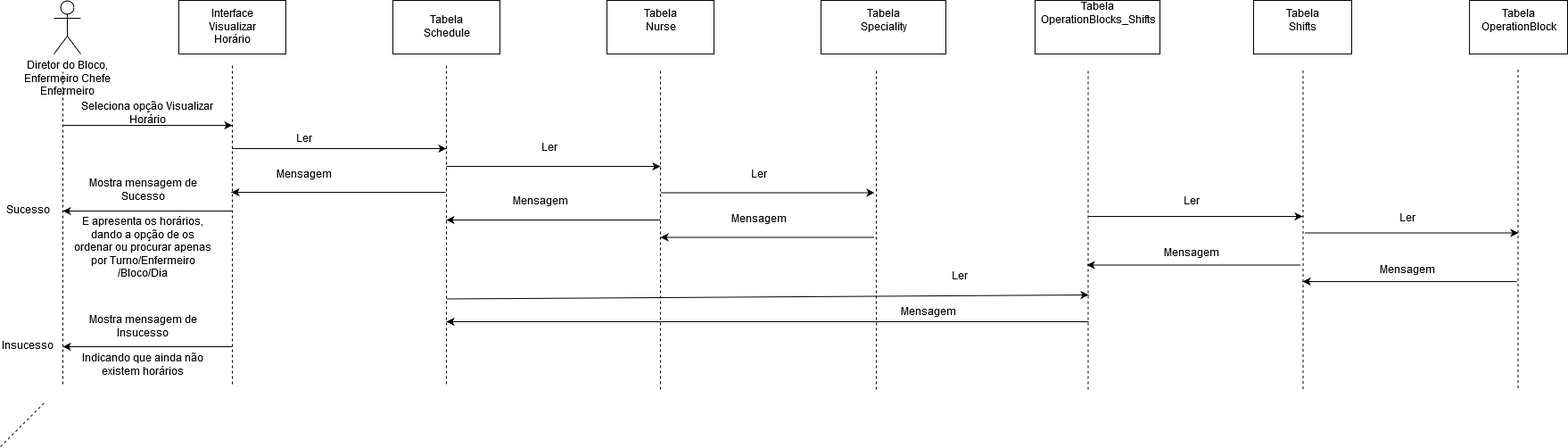
Before: Doc/Diagram de SequenciaVisualizarHorarioV2.png, a diagram exported from draw.io (LeonardoLourenco/Hospital-Schedule-App). Source tidied: cells renumbered, new cells last; positions are measured from the earlier drawing's top-left corner, leaving out a move shared by most shapes.
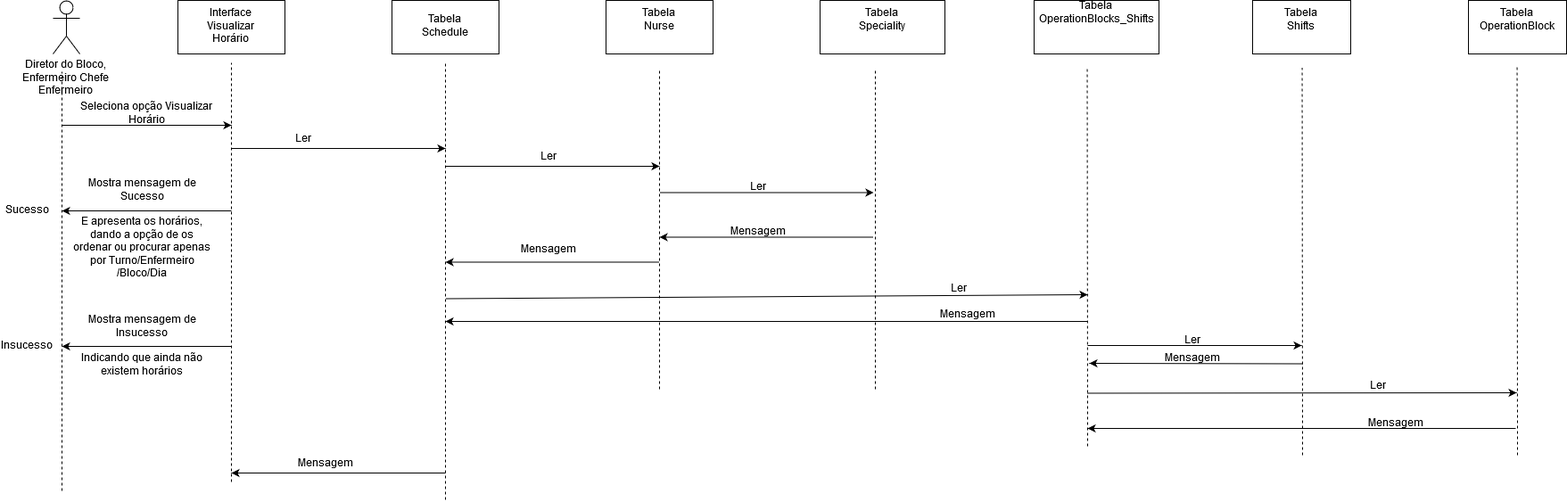
After the change.

Change to the diagram source:
```diff
@@ -13,19 +13,19 @@
     </mxCell>
     <mxCell id="5" style="endArrow=none;dashed=1;html=1;" parent="1" edge="1">
       <mxGeometry relative="1" as="geometry">
-        <mxPoint x="70" y="430" as="sourcePoint" />
+        <mxPoint x="70" y="550" as="sourcePoint" />
         <mxPoint x="70" y="80" as="targetPoint" />
       </mxGeometry>
     </mxCell>
     <mxCell id="6" style="endArrow=none;dashed=1;html=1;" parent="1" edge="1">
       <mxGeometry relative="1" as="geometry">
-        <mxPoint x="260" y="430" as="sourcePoint" />
+        <mxPoint x="260" y="540" as="sourcePoint" />
         <mxPoint x="260" y="70" as="targetPoint" />
       </mxGeometry>
     </mxCell>
     <mxCell id="7" style="endArrow=none;dashed=1;html=1;" parent="1" edge="1">
       <mxGeometry relative="1" as="geometry">
-        <mxPoint x="500" y="430" as="sourcePoint" />
+        <mxPoint x="500" y="560" as="sourcePoint" />
         <mxPoint x="500" y="70" as="targetPoint" />
       </mxGeometry>
     </mxCell>
@@ -40,12 +40,12 @@
     </mxCell>
     <mxCell id="10" style="endArrow=classic;html=1;" parent="1" edge="1">
       <mxGeometry relative="1" as="geometry">
-        <mxPoint x="740" y="246" as="sourcePoint" />
-        <mxPoint x="500" y="246" as="targetPoint" />
+        <mxPoint x="740" y="293.5" as="sourcePoint" />
+        <mxPoint x="500" y="293.5" as="targetPoint" />
       </mxGeometry>
     </mxCell>
     <mxCell id="11" value="Mensagem" style="text;html=1;strokeColor=none;fillColor=none;align=center;verticalAlign=middle;whiteSpace=wrap;rounded=0;" parent="1" vertex="1">
-      <mxGeometry x="305" y="186" width="70" height="20" as="geometry" />
+      <mxGeometry x="330" y="510" width="70" height="20" as="geometry" />
     </mxCell>
     <mxCell id="12" style="endArrow=classic;html=1;" parent="1" edge="1">
       <mxGeometry relative="1" as="geometry">
@@ -80,12 +80,6 @@
     <mxCell id="19" value="Ler" style="text;html=1;strokeColor=none;fillColor=none;align=center;verticalAlign=middle;whiteSpace=wrap;rounded=0;" parent="1" vertex="1">
       <mxGeometry x="305" y="146" width="70" height="20" as="geometry" />
     </mxCell>
-    <mxCell id="20" style="endArrow=none;dashed=1;html=1;" parent="1" edge="1">
-      <mxGeometry relative="1" as="geometry">
-        <mxPoint y="500" as="sourcePoint" />
-        <mxPoint x="50" y="450" as="targetPoint" />
-      </mxGeometry>
-    </mxCell>
     <mxCell id="21" value="Tabela&lt;br&gt;&lt;div&gt;Nurse&lt;/div&gt;&lt;div&gt;&lt;br&gt;&lt;/div&gt;" style="rounded=0;whiteSpace=wrap;html=1;" parent="1" vertex="1">
       <mxGeometry x="680" width="120" height="60" as="geometry" />
     </mxCell>
@@ -109,18 +103,18 @@
     </mxCell>
     <mxCell id="26" style="endArrow=none;dashed=1;html=1;" parent="1" edge="1">
       <mxGeometry relative="1" as="geometry">
-        <mxPoint x="1219.5" y="436" as="sourcePoint" />
+        <mxPoint x="1220" y="500" as="sourcePoint" />
         <mxPoint x="1219.5" y="76" as="targetPoint" />
       </mxGeometry>
     </mxCell>
     <mxCell id="27" style="endArrow=classic;html=1;" parent="1" edge="1">
       <mxGeometry relative="1" as="geometry">
-        <mxPoint x="499" y="215" as="sourcePoint" />
-        <mxPoint x="259" y="215" as="targetPoint" />
+        <mxPoint x="500" y="530" as="sourcePoint" />
+        <mxPoint x="260" y="530" as="targetPoint" />
       </mxGeometry>
     </mxCell>
     <mxCell id="28" value="Mensagem" style="text;html=1;strokeColor=none;fillColor=none;align=center;verticalAlign=middle;whiteSpace=wrap;rounded=0;" parent="1" vertex="1">
-      <mxGeometry x="570" y="215.5" width="70" height="20" as="geometry" />
+      <mxGeometry x="579.5" y="270" width="70" height="20" as="geometry" />
     </mxCell>
     <mxCell id="29" style="endArrow=classic;html=1;" parent="1" edge="1">
       <mxGeometry relative="1" as="geometry">
@@ -132,7 +126,7 @@
       </mxGeometry>
     </mxCell>
     <mxCell id="30" value="Ler" style="text;html=1;strokeColor=none;fillColor=none;align=center;verticalAlign=middle;whiteSpace=wrap;rounded=0;" parent="1" vertex="1">
-      <mxGeometry x="579.5" y="156" width="70" height="20" as="geometry" />
+      <mxGeometry x="579.5" y="166" width="70" height="20" as="geometry" />
     </mxCell>
     <mxCell id="31" style="endArrow=classic;html=1;" parent="1" edge="1">
       <mxGeometry relative="1" as="geometry">
@@ -141,7 +135,7 @@
       </mxGeometry>
     </mxCell>
     <mxCell id="32" value="Mensagem" style="text;html=1;strokeColor=none;fillColor=none;align=center;verticalAlign=middle;whiteSpace=wrap;rounded=0;" parent="1" vertex="1">
-      <mxGeometry x="815" y="236" width="70" height="20" as="geometry" />
+      <mxGeometry x="815" y="250" width="70" height="20" as="geometry" />
     </mxCell>
     <mxCell id="33" style="endArrow=classic;html=1;" parent="1" edge="1">
       <mxGeometry relative="1" as="geometry">
@@ -150,7 +144,7 @@
       </mxGeometry>
     </mxCell>
     <mxCell id="34" value="Ler" style="text;html=1;strokeColor=none;fillColor=none;align=center;verticalAlign=middle;whiteSpace=wrap;rounded=0;" parent="1" vertex="1">
-      <mxGeometry x="815" y="186" width="70" height="20" as="geometry" />
+      <mxGeometry x="815" y="200" width="70" height="20" as="geometry" />
     </mxCell>
     <mxCell id="35" style="endArrow=classic;html=1;" parent="1" edge="1">
       <mxGeometry relative="1" as="geometry">
@@ -159,10 +153,10 @@
       </mxGeometry>
     </mxCell>
     <mxCell id="36" value="Mensagem" style="text;html=1;strokeColor=none;fillColor=none;align=center;verticalAlign=middle;whiteSpace=wrap;rounded=0;" parent="1" vertex="1">
-      <mxGeometry x="1005" y="340" width="70" height="20" as="geometry" />
+      <mxGeometry x="1050" y="343" width="70" height="20" as="geometry" />
     </mxCell>
     <mxCell id="37" value="Ler" style="text;html=1;strokeColor=none;fillColor=none;align=center;verticalAlign=middle;whiteSpace=wrap;rounded=0;" parent="1" vertex="1">
-      <mxGeometry x="1040" y="300" width="70" height="20" as="geometry" />
+      <mxGeometry x="1040" y="314" width="70" height="20" as="geometry" />
     </mxCell>
     <mxCell id="38" style="endArrow=classic;html=1;" parent="1" edge="1">
       <mxGeometry relative="1" as="geometry">
@@ -175,26 +169,20 @@
     </mxCell>
     <mxCell id="40" style="endArrow=none;dashed=1;html=1;" parent="1" edge="1">
       <mxGeometry relative="1" as="geometry">
-        <mxPoint x="1460.5" y="435.5" as="sourcePoint" />
+        <mxPoint x="1461" y="510" as="sourcePoint" />
         <mxPoint x="1460.5" y="75.5" as="targetPoint" />
       </mxGeometry>
     </mxCell>
-    <mxCell id="41" style="endArrow=classic;html=1;" parent="1" edge="1">
-      <mxGeometry relative="1" as="geometry">
-        <mxPoint x="1458" y="296.5" as="sourcePoint" />
-        <mxPoint x="1218" y="296.5" as="targetPoint" />
-      </mxGeometry>
-    </mxCell>
     <mxCell id="42" value="Mensagem" style="text;html=1;strokeColor=none;fillColor=none;align=center;verticalAlign=middle;whiteSpace=wrap;rounded=0;" parent="1" vertex="1">
-      <mxGeometry x="1300" y="274" width="70" height="20" as="geometry" />
+      <mxGeometry x="1302" y="392" width="70" height="20" as="geometry" />
     </mxCell>
     <mxCell id="43" value="Ler" style="text;html=1;strokeColor=none;fillColor=none;align=center;verticalAlign=middle;whiteSpace=wrap;rounded=0;" parent="1" vertex="1">
-      <mxGeometry x="1300" y="216" width="70" height="20" as="geometry" />
+      <mxGeometry x="1302" y="372" width="70" height="20" as="geometry" />
     </mxCell>
     <mxCell id="44" style="endArrow=classic;html=1;" parent="1" edge="1">
       <mxGeometry relative="1" as="geometry">
-        <mxPoint x="1220" y="242" as="sourcePoint" />
-        <mxPoint x="1460" y="242" as="targetPoint" />
+        <mxPoint x="1220" y="387" as="sourcePoint" />
+        <mxPoint x="1460" y="387" as="targetPoint" />
       </mxGeometry>
     </mxCell>
     <mxCell id="45" value="Tabela&lt;br&gt;&lt;div&gt;OperationBlock&lt;/div&gt;&lt;div&gt;&lt;br&gt;&lt;/div&gt;" style="rounded=0;whiteSpace=wrap;html=1;" parent="1" vertex="1">
@@ -202,27 +190,33 @@
     </mxCell>
     <mxCell id="46" style="endArrow=none;dashed=1;html=1;" parent="1" edge="1">
       <mxGeometry relative="1" as="geometry">
-        <mxPoint x="1701.5" y="434.5" as="sourcePoint" />
+        <mxPoint x="1702" y="510" as="sourcePoint" />
         <mxPoint x="1701.5" y="74.5" as="targetPoint" />
       </mxGeometry>
     </mxCell>
     <mxCell id="47" style="endArrow=classic;html=1;" parent="1" edge="1">
       <mxGeometry relative="1" as="geometry">
-        <mxPoint x="1700" y="315" as="sourcePoint" />
-        <mxPoint x="1460" y="315" as="targetPoint" />
+        <mxPoint x="1700" y="480" as="sourcePoint" />
+        <mxPoint x="1220" y="480" as="targetPoint" />
       </mxGeometry>
     </mxCell>
     <mxCell id="48" value="Mensagem" style="text;html=1;strokeColor=none;fillColor=none;align=center;verticalAlign=middle;whiteSpace=wrap;rounded=0;" parent="1" vertex="1">
-      <mxGeometry x="1542" y="292.5" width="70" height="20" as="geometry" />
+      <mxGeometry x="1530" y="465" width="70" height="20" as="geometry" />
     </mxCell>
     <mxCell id="49" value="Ler" style="text;html=1;strokeColor=none;fillColor=none;align=center;verticalAlign=middle;whiteSpace=wrap;rounded=0;" parent="1" vertex="1">
-      <mxGeometry x="1542" y="234.5" width="70" height="20" as="geometry" />
+      <mxGeometry x="1510" y="423" width="70" height="20" as="geometry" />
     </mxCell>
     <mxCell id="50" style="endArrow=classic;html=1;" parent="1" edge="1">
       <mxGeometry relative="1" as="geometry">
-        <mxPoint x="1462" y="260.5" as="sourcePoint" />
-        <mxPoint x="1702" y="260.5" as="targetPoint" />
+        <mxPoint x="1219" y="440.5" as="sourcePoint" />
+        <mxPoint x="1701" y="440" as="targetPoint" />
       </mxGeometry>
     </mxCell>
+    <mxCell id="51" style="endArrow=classic;html=1;" parent="1" edge="1">
+      <mxGeometry relative="1" as="geometry">
+        <mxPoint x="1462" y="407.5" as="sourcePoint" />
+        <mxPoint x="1222" y="407" as="targetPoint" />
+      </mxGeometry>
+    </mxCell>
   </root>
 </mxGraphModel>
```
